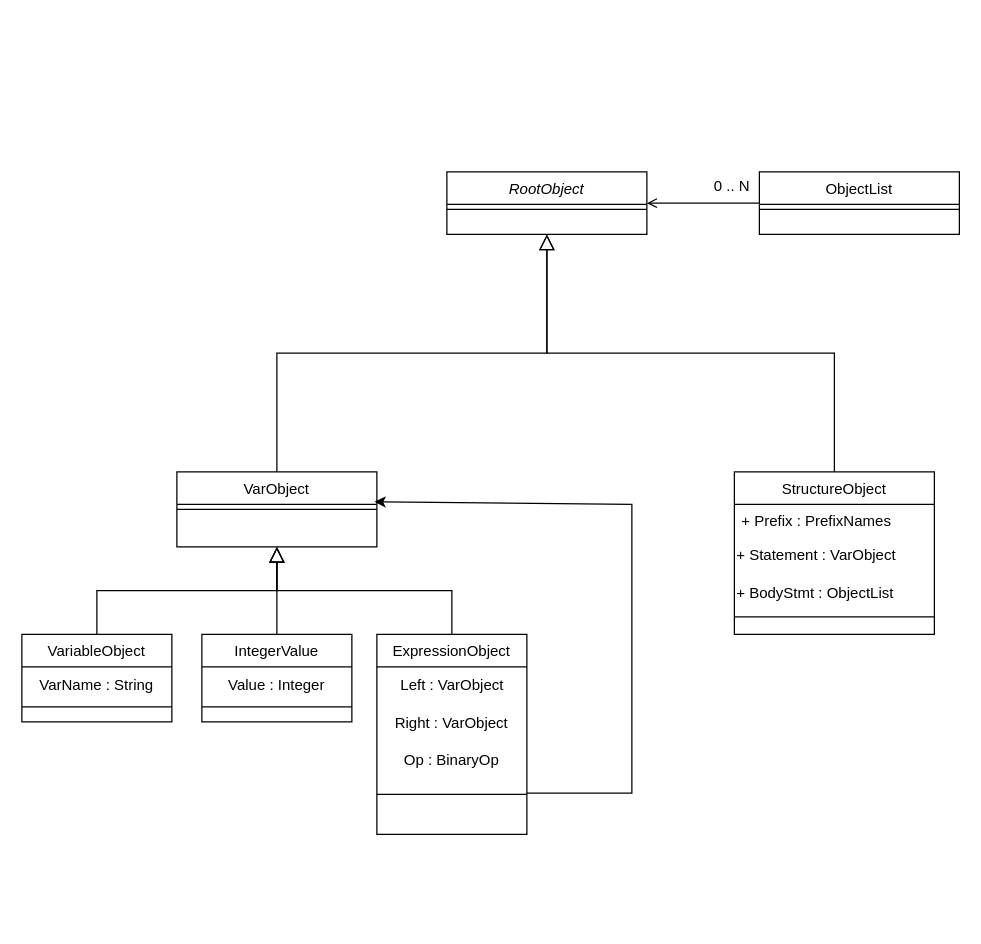
This is doc/Structure.drawio from Akutchi/CPyC, a draw.io file, before an edit. Source tidied: cells renumbered, new cells numbered last; positions are measured from the earlier drawing's top-left corner, leaving out a move shared by most shapes. Both pictures are drawn from the tidied source at 125%, with x=0, y=0 at pixel (21, 171).
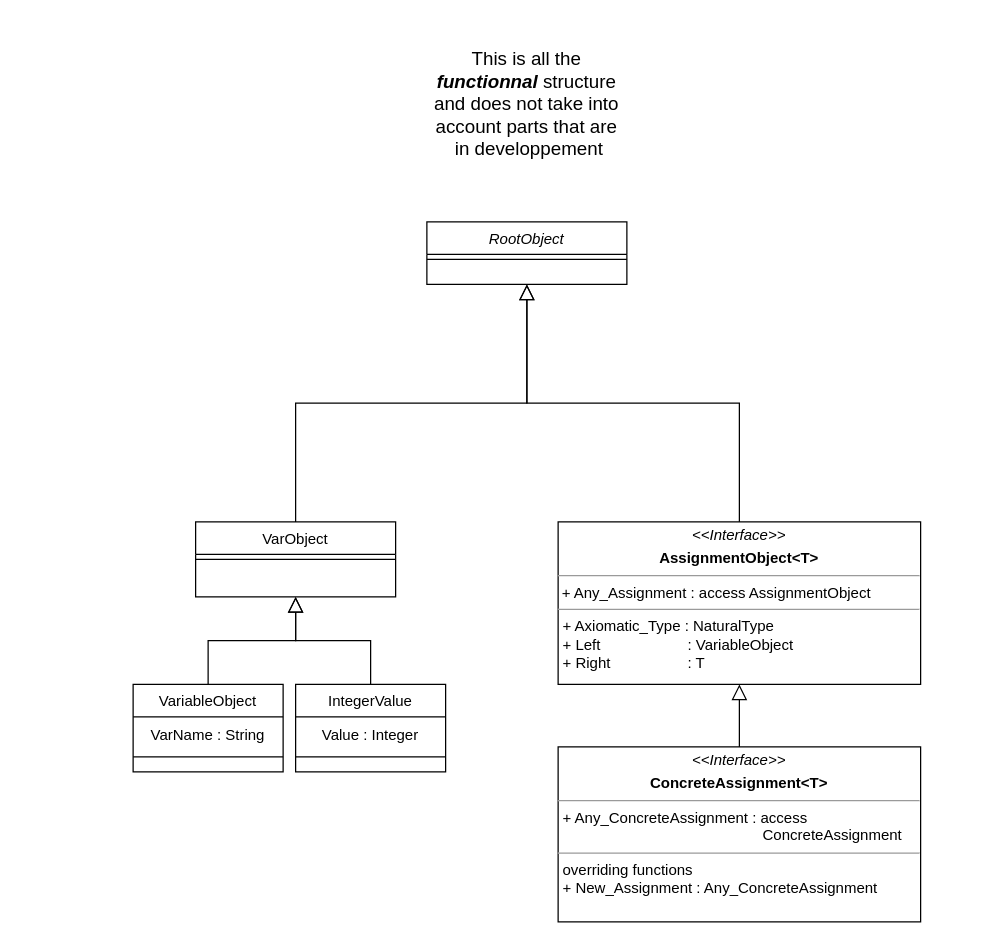
After the change.

Change to the diagram source:
```diff
@@
     <mxCell id="2" value="RootObject" style="swimlane;fontStyle=2;align=center;verticalAlign=top;horizontal=1;startSize=26;rounded=0;shadow=0;strokeWidth=1;" parent="1" vertex="1">
-      <mxGeometry x="340" width="160" height="50" as="geometry" />
+      <mxGeometry x="324" y="40" width="160" height="50" as="geometry" />
     </mxCell>
@@
     <mxCell id="4" value="VarObject" style="swimlane;fontStyle=0;align=center;verticalAlign=top;horizontal=1;startSize=26;rounded=0;shadow=0;strokeWidth=1;" parent="1" vertex="1">
-      <mxGeometry x="124" y="240" width="160" height="60" as="geometry" />
+      <mxGeometry x="139" y="280" width="160" height="60" as="geometry" />
     </mxCell>
@@
-    <mxCell id="7" value="StructureObject" style="swimlane;fontStyle=0;align=center;verticalAlign=top;horizontal=1;startSize=26;rounded=0;shadow=0;strokeWidth=1;" parent="1" vertex="1">
-      <mxGeometry x="570" y="240" width="160" height="130" as="geometry" />
-    </mxCell>
-    <mxCell id="8" value="+ Prefix : PrefixNames" style="text;align=left;verticalAlign=top;spacingLeft=4;spacingRight=4;overflow=hidden;" parent="7" vertex="1">
-      <mxGeometry y="26" width="160" height="26" as="geometry" />
-    </mxCell>
-    <mxCell id="9" value="&lt;div align=&quot;left&quot;&gt;+ Statement : VarObject&lt;br&gt;&lt;/div&gt;" style="text;html=1;strokeColor=none;fillColor=none;align=left;verticalAlign=middle;whiteSpace=wrap;rounded=0;" parent="7" vertex="1">
-      <mxGeometry y="52" width="160" height="30" as="geometry" />
-    </mxCell>
-    <mxCell id="10" value="&lt;div align=&quot;left&quot;&gt;+ BodyStmt : ObjectList&lt;br&gt;&lt;/div&gt;" style="text;html=1;strokeColor=none;fillColor=none;align=left;verticalAlign=middle;whiteSpace=wrap;rounded=0;" parent="7" vertex="1">
-      <mxGeometry y="82" width="160" height="30" as="geometry" />
-    </mxCell>
-    <mxCell id="11" style="line;html=1;strokeWidth=1;align=left;verticalAlign=middle;spacingTop=-1;spacingLeft=3;spacingRight=3;labelPosition=right;" parent="7" vertex="1">
-      <mxGeometry y="112" width="160" height="8" as="geometry" />
-    </mxCell>
-    <mxCell id="12" style="endArrow=block;endSize=10;endFill=0;shadow=0;strokeWidth=1;rounded=0;edgeStyle=elbowEdgeStyle;elbow=vertical;" parent="1" edge="1" source="7" target="2">
+    <mxCell id="12" style="endArrow=block;endSize=10;endFill=0;shadow=0;strokeWidth=1;rounded=0;edgeStyle=elbowEdgeStyle;elbow=vertical;exitX=0.5;exitY=0;exitDx=0;exitDy=0;" parent="1" edge="1" source="33" target="2">
       <mxGeometry relative="1" as="geometry" />
     </mxCell>
-    <mxCell id="13" value="ObjectList" style="swimlane;fontStyle=0;align=center;verticalAlign=top;horizontal=1;startSize=26;rounded=0;shadow=0;strokeWidth=1;" parent="1" vertex="1">
-      <mxGeometry x="590" width="160" height="50" as="geometry" />
-    </mxCell>
-    <mxCell id="14" style="line;html=1;strokeWidth=1;align=left;verticalAlign=middle;spacingTop=-1;spacingLeft=3;spacingRight=3;labelPosition=right;" parent="13" vertex="1">
-      <mxGeometry y="26" width="160" height="8" as="geometry" />
-    </mxCell>
-    <mxCell id="15" style="endArrow=open;shadow=0;strokeWidth=1;rounded=0;endFill=1;edgeStyle=elbowEdgeStyle;elbow=vertical;exitX=0;exitY=0.5;exitDx=0;exitDy=0;entryX=1;entryY=0.5;entryDx=0;entryDy=0;" parent="1" edge="1" source="13" target="2">
-      <mxGeometry x="0.5" y="41" relative="1" as="geometry">
-        <mxPoint x="-40" y="32" as="offset" />
-      </mxGeometry>
-    </mxCell>
-    <mxCell id="16" value="0 .. N" style="align=left;verticalAlign=bottom;labelBackgroundColor=none;fontSize=12;" parent="15" vertex="1">
-      <mxGeometry x="-1" relative="1" as="geometry">
-        <mxPoint x="-38" y="-5" as="offset" />
-      </mxGeometry>
-    </mxCell>
     <mxCell id="17" value="VariableObject" style="swimlane;fontStyle=0;align=center;verticalAlign=top;horizontal=1;startSize=26;rounded=0;shadow=0;strokeWidth=1;" parent="1" vertex="1">
-      <mxGeometry y="370" width="120" height="70" as="geometry" />
+      <mxGeometry x="89" y="410" width="120" height="70" as="geometry" />
     </mxCell>
@@
-    <mxCell id="20" value="ExpressionObject" style="swimlane;fontStyle=0;align=center;verticalAlign=top;horizontal=1;startSize=26;rounded=0;shadow=0;strokeWidth=1;" parent="1" vertex="1">
-      <mxGeometry x="284" y="370" width="120" height="160" as="geometry" />
-    </mxCell>
-    <mxCell id="21" value="&lt;div&gt;Left : VarObject&lt;br&gt;&lt;/div&gt;" style="text;html=1;align=center;verticalAlign=middle;strokeColor=none;fillColor=none;" parent="20" vertex="1">
-      <mxGeometry y="26" width="120" height="30" as="geometry" />
-    </mxCell>
-    <mxCell id="22" value="Right : VarObject" style="text;html=1;strokeColor=none;fillColor=none;align=center;verticalAlign=middle;whiteSpace=wrap;rounded=0;" parent="20" vertex="1">
-      <mxGeometry y="56" width="120" height="30" as="geometry" />
-    </mxCell>
-    <mxCell id="23" value="Op : BinaryOp" style="text;html=1;strokeColor=none;fillColor=none;align=center;verticalAlign=middle;whiteSpace=wrap;rounded=0;" parent="20" vertex="1">
-      <mxGeometry y="86" width="120" height="30" as="geometry" />
-    </mxCell>
-    <mxCell id="24" style="line;html=1;strokeWidth=1;align=left;verticalAlign=middle;spacingTop=-1;spacingLeft=3;spacingRight=3;labelPosition=right;points=[];portConstraint=eastwest;" parent="20" vertex="1">
-      <mxGeometry y="116" width="120" height="24" as="geometry" />
-    </mxCell>
     <mxCell id="25" value="IntegerValue" style="swimlane;fontStyle=0;align=center;verticalAlign=top;horizontal=1;startSize=26;rounded=0;shadow=0;strokeWidth=1;" parent="1" vertex="1">
-      <mxGeometry x="144" y="370" width="120" height="70" as="geometry" />
+      <mxGeometry x="219" y="410" width="120" height="70" as="geometry" />
     </mxCell>
@@
-    <mxCell id="28" style="endArrow=block;endSize=10;endFill=0;shadow=0;strokeWidth=1;rounded=0;edgeStyle=elbowEdgeStyle;elbow=vertical;entryX=0.5;entryY=1;entryDx=0;entryDy=0;exitX=0.5;exitY=0;exitDx=0;exitDy=0;" parent="1" edge="1" source="20" target="4">
-      <mxGeometry relative="1" as="geometry" />
-    </mxCell>
@@
-    <mxCell id="31" style="endArrow=classic;html=1;rounded=0;entryX=0.988;entryY=0.4;entryDx=0;entryDy=0;entryPerimeter=0;exitX=1;exitY=0.458;exitDx=0;exitDy=0;exitPerimeter=0;" parent="1" edge="1" source="24" target="4">
-      <mxGeometry relative="1" as="geometry">
-        <Array as="points">
-          <mxPoint x="488" y="497" />
-          <mxPoint x="488" y="266" />
-        </Array>
-      </mxGeometry>
-    </mxCell>
+    <mxCell id="32" value="&lt;div&gt;&lt;font style=&quot;font-size: 15px;&quot;&gt;This is all the &lt;i&gt;&lt;br&gt;&lt;/i&gt;&lt;/font&gt;&lt;/div&gt;&lt;div&gt;&lt;font style=&quot;font-size: 15px;&quot;&gt;&lt;i&gt;&lt;b&gt;functionnal&lt;/b&gt;&lt;/i&gt; structure&lt;/font&gt;&lt;/div&gt;&lt;div&gt;&lt;font style=&quot;font-size: 15px;&quot;&gt;&amp;nbsp;and does not take into&amp;nbsp;&lt;/font&gt;&lt;/div&gt;&lt;div&gt;&lt;font style=&quot;font-size: 15px;&quot;&gt;account parts that are&lt;/font&gt;&lt;/div&gt;&lt;div&gt;&lt;font style=&quot;font-size: 15px;&quot;&gt;&amp;nbsp;in developpement&lt;br&gt;&lt;/font&gt;&lt;/div&gt;" style="text;html=1;strokeColor=none;fillColor=none;align=center;verticalAlign=middle;whiteSpace=wrap;rounded=0;" parent="1" vertex="1">
+      <mxGeometry x="314" y="-120" width="180" height="130" as="geometry" />
+    </mxCell>
+    <mxCell id="33" value="&lt;p style=&quot;margin:0px;margin-top:4px;text-align:center;&quot;&gt;&lt;i&gt;&amp;lt;&amp;lt;Interface&amp;gt;&amp;gt;&lt;/i&gt;&lt;/p&gt;&lt;p style=&quot;margin:0px;margin-top:4px;text-align:center;&quot;&gt;&lt;b&gt;AssignmentObject&amp;lt;T&amp;gt;&lt;/b&gt;&lt;br&gt;&lt;/p&gt;&lt;hr size=&quot;1&quot;&gt;&amp;nbsp;+ Any_Assignment : access AssignmentObject&lt;br&gt;&lt;hr size=&quot;1&quot;&gt;&lt;p style=&quot;margin:0px;margin-left:4px;&quot;&gt;+ Axiomatic_Type : NaturalType&lt;br&gt;+ Left&lt;span style=&quot;white-space: pre;&quot;&gt;&#9;&lt;/span&gt;&lt;span style=&quot;white-space: pre;&quot;&gt;&#9;&lt;/span&gt;&amp;nbsp;&amp;nbsp;&amp;nbsp;&amp;nbsp;&amp;nbsp; : VariableObject&lt;/p&gt;&lt;p style=&quot;margin:0px;margin-left:4px;&quot;&gt;+ Right&lt;span style=&quot;white-space: pre;&quot;&gt;&#9;&lt;/span&gt;&lt;span style=&quot;white-space: pre;&quot;&gt;&#9;&lt;/span&gt;&amp;nbsp;&amp;nbsp;&amp;nbsp;&amp;nbsp;&amp;nbsp; : T&lt;br&gt;&lt;/p&gt;" style="verticalAlign=top;align=left;overflow=fill;fontSize=12;fontFamily=Helvetica;html=1;whiteSpace=wrap;" parent="1" vertex="1">
+      <mxGeometry x="429" y="280" width="290" height="130" as="geometry" />
+    </mxCell>
+    <mxCell id="34" style="endArrow=block;endSize=10;endFill=0;shadow=0;strokeWidth=1;rounded=0;edgeStyle=elbowEdgeStyle;elbow=vertical;entryX=0.5;entryY=1;entryDx=0;entryDy=0;exitX=0.5;exitY=0;exitDx=0;exitDy=0;" parent="1" edge="1" source="35" target="33">
+      <mxGeometry relative="1" as="geometry" />
+    </mxCell>
+    <mxCell id="35" value="&lt;p style=&quot;margin:0px;margin-top:4px;text-align:center;&quot;&gt;&lt;i&gt;&amp;lt;&amp;lt;Interface&amp;gt;&amp;gt;&lt;/i&gt;&lt;/p&gt;&lt;p style=&quot;margin:0px;margin-top:4px;text-align:center;&quot;&gt;&lt;b&gt;ConcreteAssignment&amp;lt;T&amp;gt;&lt;/b&gt;&lt;br&gt;&lt;/p&gt;&lt;hr size=&quot;1&quot;&gt;&lt;p style=&quot;margin:0px;margin-left:4px;&quot;&gt;+ Any_ConcreteAssignment : access &lt;span style=&quot;white-space: pre;&quot;&gt;&#9;&lt;/span&gt;&lt;span style=&quot;white-space: pre;&quot;&gt;&#9;&lt;/span&gt;&lt;span style=&quot;white-space: pre;&quot;&gt;&#9;&lt;/span&gt;&lt;span style=&quot;white-space: pre;&quot;&gt;&#9;&lt;/span&gt;&lt;span style=&quot;white-space: pre;&quot;&gt;&#9;&lt;/span&gt;&lt;span style=&quot;white-space: pre;&quot;&gt;&#9;&lt;/span&gt;ConcreteAssignment&lt;br&gt;&lt;/p&gt;&lt;hr size=&quot;1&quot;&gt;&lt;p style=&quot;margin:0px;margin-left:4px;&quot;&gt;overriding functions&lt;br&gt;+ New_Assignment : Any_ConcreteAssignment&lt;br&gt;&lt;/p&gt;" style="verticalAlign=top;align=left;overflow=fill;fontSize=12;fontFamily=Helvetica;html=1;whiteSpace=wrap;" parent="1" vertex="1">
+      <mxGeometry x="429" y="460" width="290" height="140" as="geometry" />
+    </mxCell>
```
